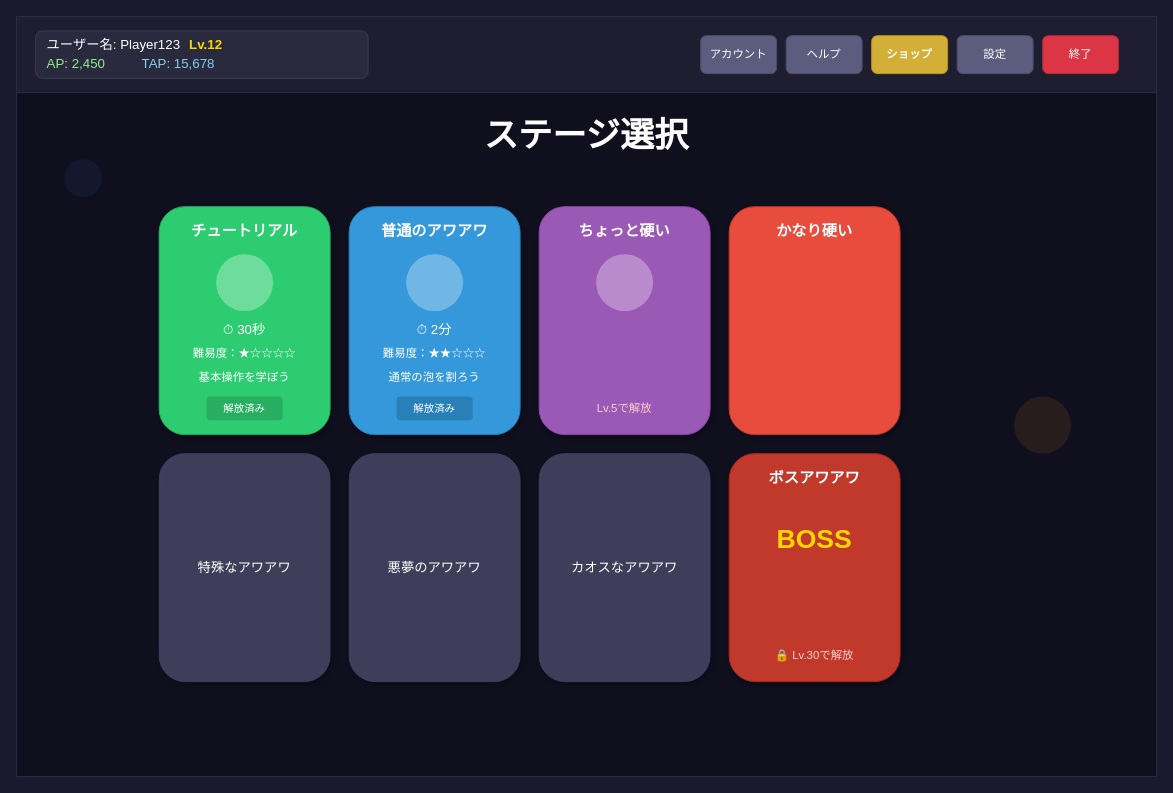
The draw.io diagram docs/design/page_layout/10_main_page.drawio in taku-o/awaputi2, before the edit. Source tidied: cells renumbered, new cells numbered last; positions are measured from the earlier drawing's top-left corner, leaving out a move shared by most shapes. Both pictures are drawn from the tidied source at 95%, with x=0, y=0 at pixel (16, 16).
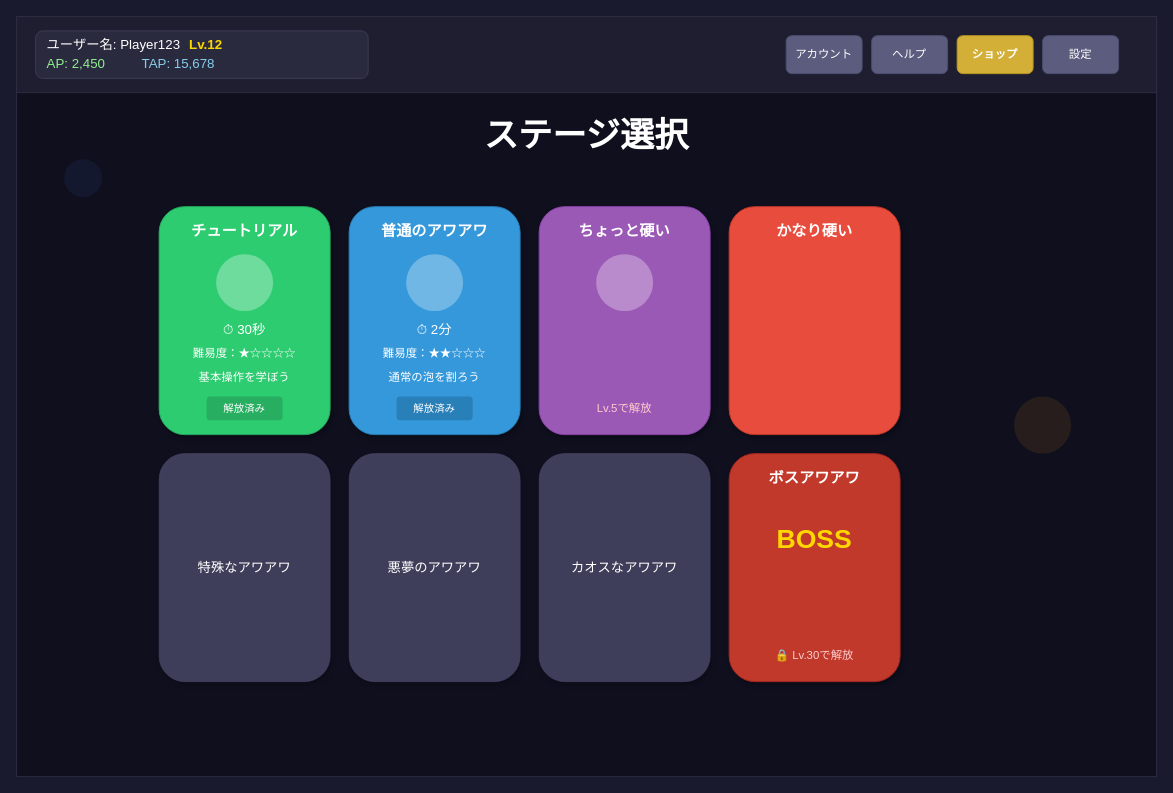
The same page after the edit.

Commit message (it also covers changes not shown here):
update page design.

The edit, as a diff of the source:
```diff
@@
     <mxCell id="10" value="アカウント" style="rounded=1;whiteSpace=wrap;html=1;fillColor=#5c5c7e;strokeColor=#4c4c6e;fontSize=12;fontColor=#ffffff;" parent="1" vertex="1">
-      <mxGeometry x="720" y="20" width="80" height="40" as="geometry" />
+      <mxGeometry x="810" y="20" width="80" height="40" as="geometry" />
     </mxCell>
     <mxCell id="11" value="ヘルプ" style="rounded=1;whiteSpace=wrap;html=1;fillColor=#5c5c7e;strokeColor=#4c4c6e;fontSize=12;fontColor=#ffffff;" parent="1" vertex="1">
-      <mxGeometry x="810" y="20" width="80" height="40" as="geometry" />
+      <mxGeometry x="900" y="20" width="80" height="40" as="geometry" />
     </mxCell>
     <mxCell id="12" value="ショップ" style="rounded=1;whiteSpace=wrap;html=1;fillColor=#d4af37;strokeColor=#b4941f;fontSize=12;fontColor=#ffffff;fontStyle=1;" parent="1" vertex="1">
-      <mxGeometry x="900" y="20" width="80" height="40" as="geometry" />
+      <mxGeometry x="990" y="20" width="80" height="40" as="geometry" />
     </mxCell>
     <mxCell id="13" value="設定" style="rounded=1;whiteSpace=wrap;html=1;fillColor=#5c5c7e;strokeColor=#4c4c6e;fontSize=12;fontColor=#ffffff;" parent="1" vertex="1">
-      <mxGeometry x="990" y="20" width="80" height="40" as="geometry" />
+      <mxGeometry x="1080" y="20" width="80" height="40" as="geometry" />
     </mxCell>
-    <mxCell id="14" value="終了" style="rounded=1;whiteSpace=wrap;html=1;fillColor=#dc3545;strokeColor=#b02a37;fontSize=12;fontColor=#ffffff;" parent="1" vertex="1">
-      <mxGeometry x="1080" y="20" width="80" height="40" as="geometry" />
-    </mxCell>
```
